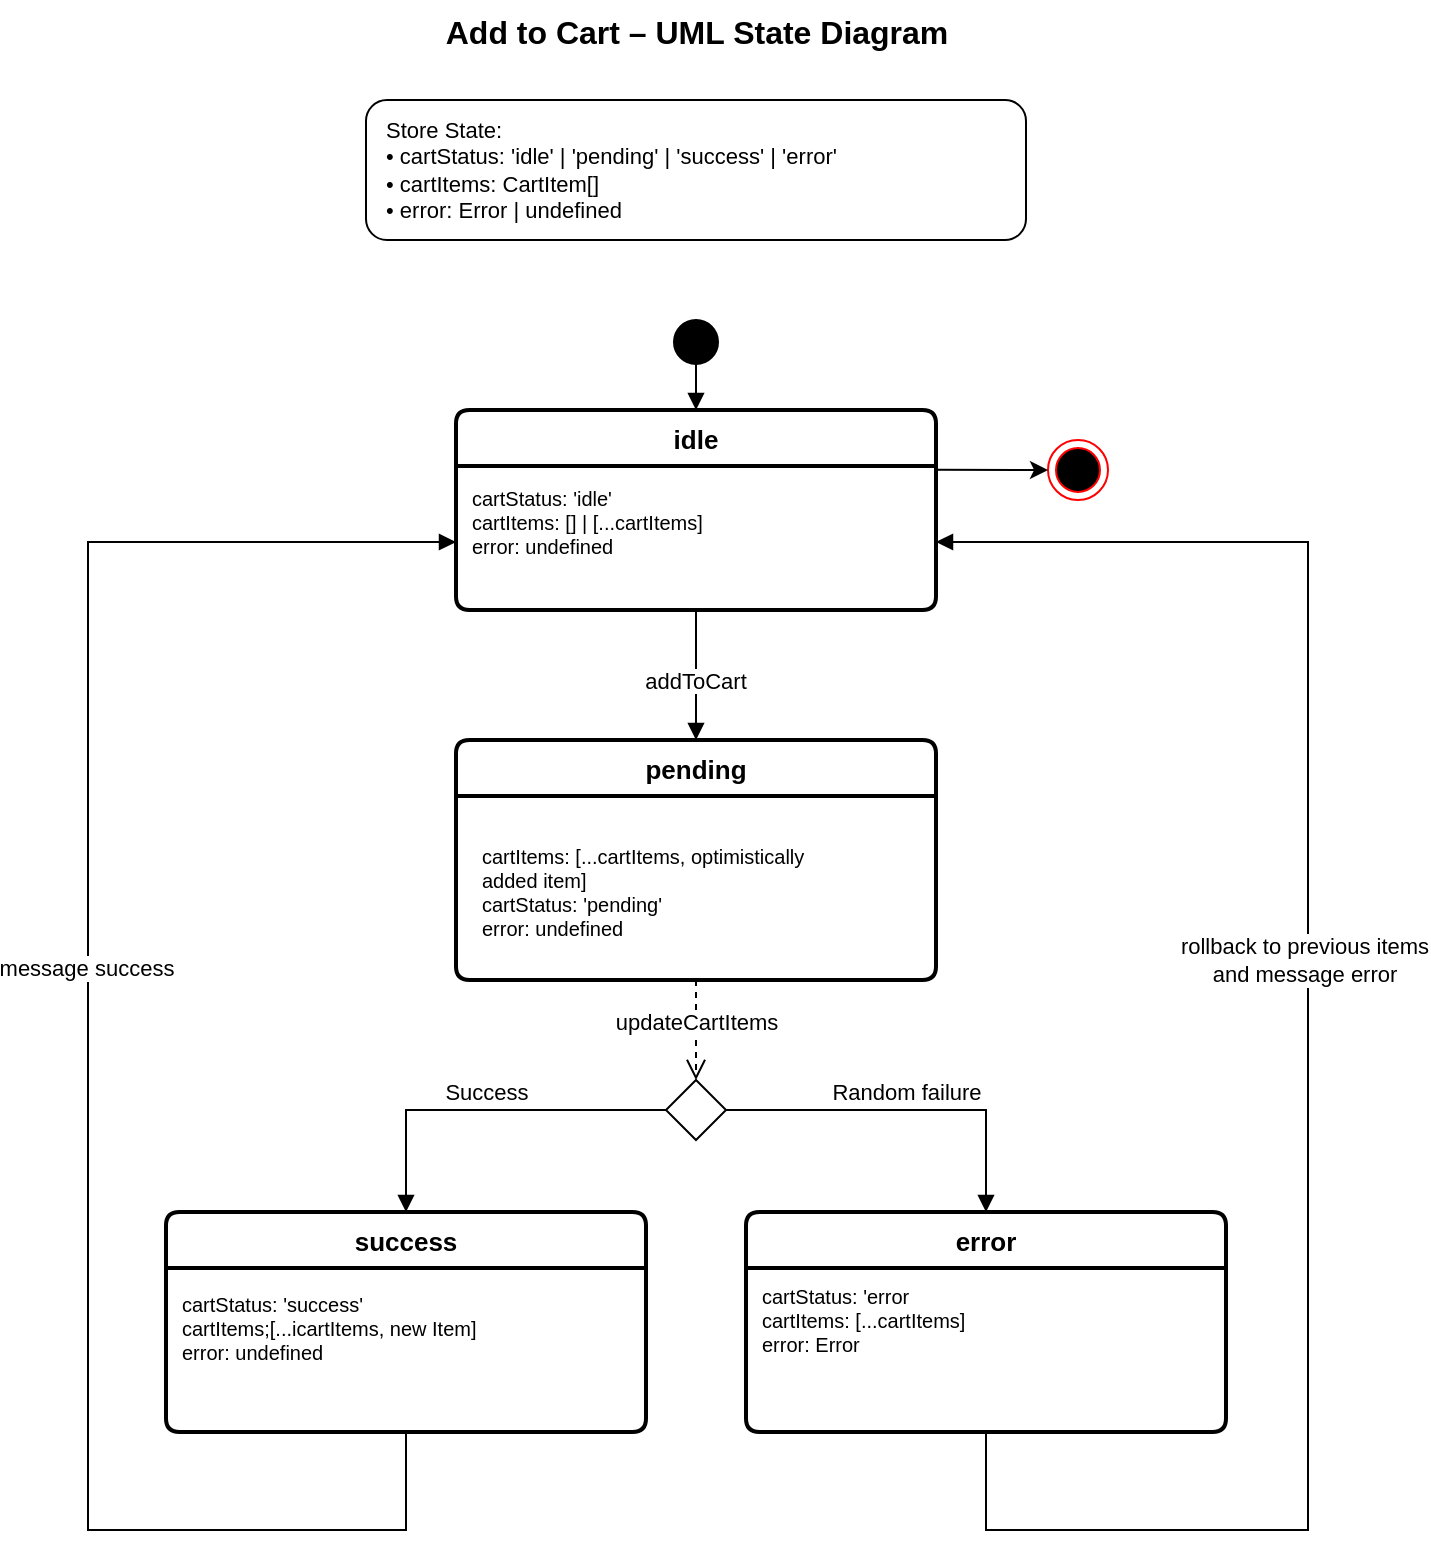
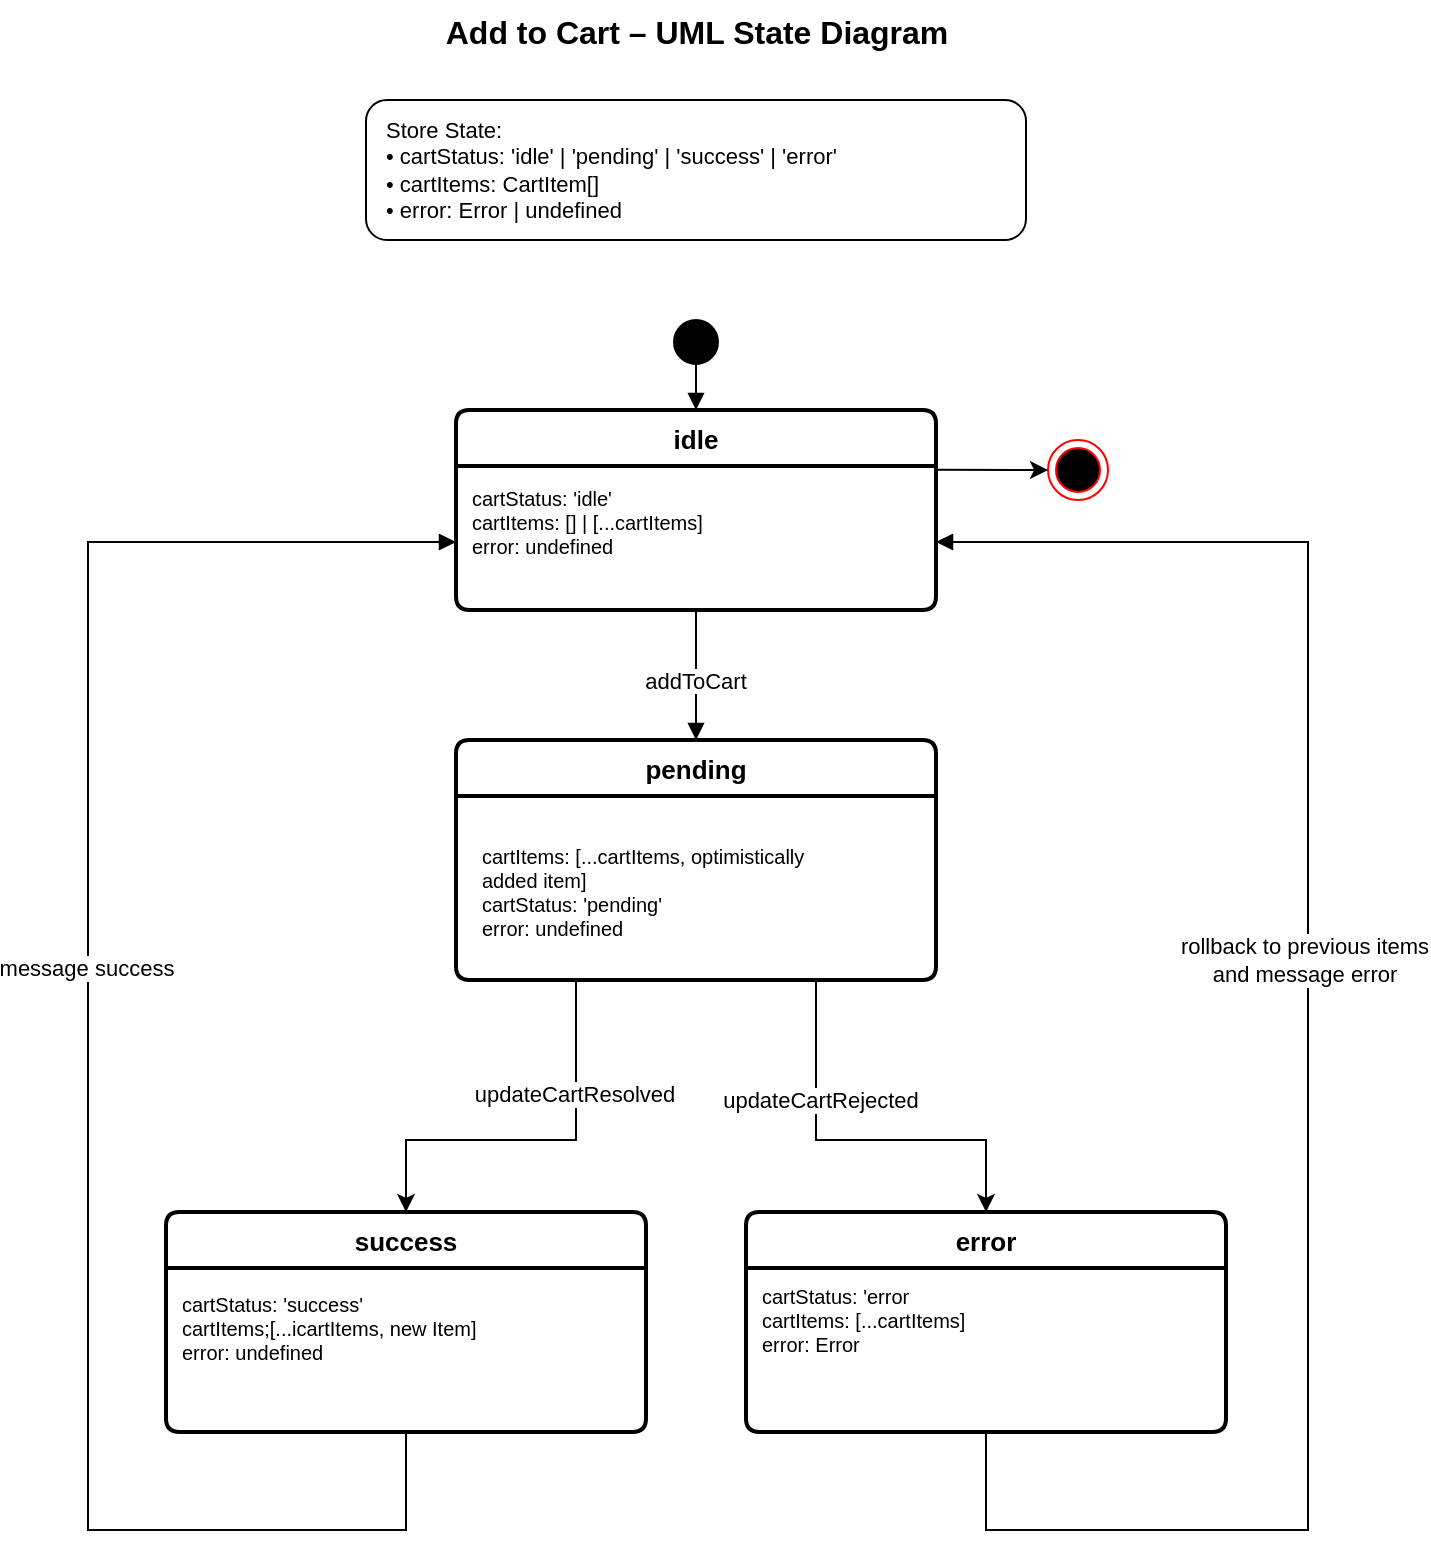
<mxfile host="app.diagrams.net">
  <diagram id="MngWNacFUTHRMVEKj6Bu" name="Page-1">
-     <mxGraphModel dx="808" dy="444" grid="1" gridSize="10" guides="1" tooltips="1" connect="1" arrows="1" fold="1" page="1" pageScale="1" pageWidth="827" pageHeight="1169" math="0" shadow="0">
+     <mxGraphModel dx="1488" dy="818" grid="1" gridSize="10" guides="1" tooltips="1" connect="1" arrows="1" fold="1" page="1" pageScale="1" pageWidth="827" pageHeight="1169" math="0" shadow="0">
      <root>
        <mxCell id="0" />
        <mxCell id="1" parent="0" />
        <mxCell id="title" parent="1" style="text;html=1;fontSize=16;fontStyle=1;align=center;" value="Add to Cart – UML State Diagram" vertex="1">
          <mxGeometry height="30" width="330" x="249" y="30" as="geometry" />
        </mxCell>
        <mxCell id="initial" parent="1" style="ellipse;aspect=fixed;fillColor=#000000;strokeColor=#000000;" value="" vertex="1">
          <mxGeometry height="22" width="22" x="403" y="190" as="geometry" />
        </mxCell>
        <mxCell id="state-idle" parent="1" style="swimlane;startSize=28;rounded=1;arcSize=8;fillColor=none;strokeColor=#000000;fontSize=13;fontStyle=1;strokeWidth=2;" value="idle" vertex="1">
          <mxGeometry height="100" width="240" x="294" y="235" as="geometry" />
        </mxCell>
        <mxCell id="state-idle-body" parent="state-idle" style="text;html=1;align=left;verticalAlign=top;spacingLeft=6;fontSize=10;strokeColor=none;fillColor=none;" value="cartStatus: &#39;idle&#39;&lt;div&gt;cartItems: [] | [...cartItems]&lt;br&gt;error: undefined&lt;/div&gt;" vertex="1">
          <mxGeometry height="68" width="240" y="32" as="geometry" />
        </mxCell>
        <mxCell id="state-loading" parent="1" style="swimlane;startSize=28;rounded=1;arcSize=8;fillColor=none;strokeColor=#000000;fontSize=13;fontStyle=1;strokeWidth=2;" value="pending" vertex="1">
          <mxGeometry height="120" width="240" x="294" y="400" as="geometry" />
        </mxCell>
        <mxCell id="7sUgZ1GU8TwjSTWwtebS-1" parent="state-loading" style="text;html=1;whiteSpace=wrap;strokeColor=none;fillColor=none;align=left;verticalAlign=middle;rounded=0;" value="&lt;div style=&quot;line-height: 100%;&quot;&gt;&lt;font style=&quot;font-size: 10px; line-height: 100%;&quot;&gt;cartItems: [...cartItems, optimistically added item]&lt;/font&gt;&lt;div&gt;&lt;font style=&quot;font-size: 10px; line-height: 100%;&quot;&gt;cartStatus: &#39;pending&#39;&lt;/font&gt;&lt;/div&gt;&lt;div&gt;&lt;font style=&quot;font-size: 10px; line-height: 100%;&quot;&gt;error: undefined&lt;/font&gt;&lt;/div&gt;&lt;/div&gt;" vertex="1">
          <mxGeometry height="50" width="190" x="11" y="50" as="geometry" />
        </mxCell>
        <mxCell id="state-success" parent="1" style="swimlane;startSize=28;rounded=1;arcSize=8;fillColor=light-dark(#ffffff, #1f2f1e);strokeColor=light-dark(#000000, #446e2c);fontSize=13;fontStyle=1;strokeWidth=2;" value="success" vertex="1">
          <mxGeometry height="110" width="240" x="149" y="636" as="geometry" />
        </mxCell>
        <mxCell id="state-success-body" parent="state-success" style="text;html=1;align=left;verticalAlign=top;spacingLeft=6;fontSize=10;strokeColor=none;fillColor=none;" value="cartStatus: &#39;success&#39;&lt;div&gt;cartItems;[...icartItems, new Item]&lt;br&gt;&lt;div&gt;error: undefined&lt;br&gt;&lt;div&gt;&lt;br&gt;&lt;/div&gt;&lt;/div&gt;&lt;/div&gt;" vertex="1">
          <mxGeometry height="68" width="210" y="34" as="geometry" />
        </mxCell>
        <mxCell id="state-error" parent="1" style="swimlane;startSize=28;rounded=1;arcSize=8;fillColor=#FFFFFF;strokeColor=#000000;fontSize=13;fontStyle=1;strokeWidth=2;" value="error" vertex="1">
          <mxGeometry height="110" width="240" x="439" y="636" as="geometry" />
        </mxCell>
        <mxCell id="state-error-body" parent="state-error" style="text;html=1;align=left;verticalAlign=top;spacingLeft=6;fontSize=10;strokeColor=none;fillColor=none;" value="&lt;div&gt;cartStatus: &#39;error&lt;/div&gt;&lt;div&gt;cartItems: [...cartItems&lt;span style=&quot;background-color: transparent; color: light-dark(rgb(0, 0, 0), rgb(255, 255, 255));&quot;&gt;]&lt;/span&gt;&lt;/div&gt;&lt;div&gt;error: Error&lt;br&gt;&lt;br&gt;&lt;br&gt;&lt;/div&gt;" vertex="1">
          <mxGeometry height="76" width="150" y="30" as="geometry" />
        </mxCell>
        <mxCell id="t-init-idle" edge="1" parent="1" source="initial" style="endArrow=block;endFill=1;entryX=0.5;entryY=0;entryDx=0;entryDy=0;" target="state-idle" value="">
          <mxGeometry relative="1" as="geometry" />
        </mxCell>
        <mxCell id="t-idle-loading" edge="1" parent="1" source="state-idle" style="endArrow=block;endFill=1;fontSize=11;align=center;" target="state-loading" value="addToCart">
          <mxGeometry relative="1" x="0.0769" as="geometry">
            <mxPoint as="offset" />
            <mxPoint x="19" y="390" as="sourcePoint" />
            <mxPoint x="19" y="420" as="targetPoint" />
          </mxGeometry>
        </mxCell>
        <mxCell id="state-ref" parent="1" style="text;html=1;strokeColor=#000000;fillColor=none;align=left;verticalAlign=middle;spacingLeft=8;rounded=1;fontSize=11;" value="&lt;span style=&quot;background-color: transparent; color: light-dark(rgb(0, 0, 0), rgb(255, 255, 255));&quot;&gt;Store State:&lt;/span&gt;&lt;div&gt;• cartStatus: &#39;idle&#39; | &#39;pending&#39; | &#39;success&#39; | &#39;error&#39;&lt;br&gt;• cartItems: CartItem[]&lt;br&gt;• error: Error | undefined&lt;/div&gt;" vertex="1">
          <mxGeometry height="70" width="330" x="249" y="80" as="geometry" />
        </mxCell>
-         <mxCell id="7sUgZ1GU8TwjSTWwtebS-2" edge="1" parent="1" source="state-loading" style="endArrow=open;startArrow=none;endFill=0;startFill=0;endSize=8;html=1;verticalAlign=bottom;dashed=1;labelBackgroundColor=none;rounded=0;exitX=0.5;exitY=1;exitDx=0;exitDy=0;entryX=0.5;entryY=0;entryDx=0;entryDy=0;" target="7sUgZ1GU8TwjSTWwtebS-3" value="&lt;span style=&quot;background-color: rgb(255, 255, 255);&quot;&gt;updateCartItems&lt;/span&gt;">
-           <mxGeometry relative="1" width="160" x="0.2" as="geometry">
-             <mxPoint as="offset" />
-             <Array as="points" />
-             <mxPoint x="-51" y="520" as="sourcePoint" />
-             <mxPoint x="-311" y="455" as="targetPoint" />
-           </mxGeometry>
-         </mxCell>
-         <mxCell id="7sUgZ1GU8TwjSTWwtebS-3" parent="1" style="rhombus;" value="" vertex="1">
-           <mxGeometry height="30" width="30" x="399" y="570" as="geometry" />
-         </mxCell>
-         <mxCell id="7sUgZ1GU8TwjSTWwtebS-9" edge="1" parent="1" source="7sUgZ1GU8TwjSTWwtebS-3" style="html=1;verticalAlign=bottom;endArrow=block;curved=0;rounded=0;exitX=0;exitY=0.5;exitDx=0;exitDy=0;entryX=0.5;entryY=0;entryDx=0;entryDy=0;" target="state-success" value="Success">
-           <mxGeometry relative="1" width="80" as="geometry">
-             <Array as="points">
-               <mxPoint x="269" y="585" />
-             </Array>
-             <mxPoint x="359" y="536" as="sourcePoint" />
-             <mxPoint x="249" y="636" as="targetPoint" />
-           </mxGeometry>
-         </mxCell>
-         <mxCell id="7sUgZ1GU8TwjSTWwtebS-10" edge="1" parent="1" source="7sUgZ1GU8TwjSTWwtebS-3" style="html=1;verticalAlign=bottom;endArrow=block;curved=0;rounded=0;exitX=1;exitY=0.5;exitDx=0;exitDy=0;entryX=0.5;entryY=0;entryDx=0;entryDy=0;" target="state-error" value="Random failure">
-           <mxGeometry relative="1" width="80" x="-0.0055" as="geometry">
-             <mxPoint as="offset" />
-             <Array as="points">
-               <mxPoint x="559" y="585" />
-             </Array>
-             <mxPoint x="359" y="536" as="sourcePoint" />
-             <mxPoint x="439" y="536" as="targetPoint" />
-           </mxGeometry>
-         </mxCell>
        <mxCell id="7sUgZ1GU8TwjSTWwtebS-15" edge="1" parent="1" source="state-error" style="html=1;verticalAlign=bottom;endArrow=block;curved=0;rounded=0;entryX=1;entryY=0.5;entryDx=0;entryDy=0;exitX=0.5;exitY=1;exitDx=0;exitDy=0;" target="state-idle-body" value="">
          <mxGeometry relative="1" width="80" as="geometry">
            <Array as="points">
              <mxPoint x="559" y="795" />
              <mxPoint x="720" y="795" />
              <mxPoint x="720" y="301" />
            </Array>
            <mxPoint x="789" y="746" as="sourcePoint" />
            <mxPoint x="529" y="826" as="targetPoint" />
          </mxGeometry>
        </mxCell>
        <mxCell id="U57JFYg020De7R85EHng-2" connectable="0" parent="7sUgZ1GU8TwjSTWwtebS-15" style="edgeLabel;html=1;align=center;verticalAlign=middle;resizable=0;points=[];" value="rollback to previous items&lt;div&gt;and message error&lt;/div&gt;" vertex="1">
          <mxGeometry relative="1" x="0.1138" y="2" as="geometry">
            <mxPoint as="offset" />
          </mxGeometry>
        </mxCell>
        <mxCell id="7sUgZ1GU8TwjSTWwtebS-18" edge="1" parent="1" source="state-success" style="html=1;verticalAlign=bottom;endArrow=block;curved=0;rounded=0;entryX=0;entryY=0.5;entryDx=0;entryDy=0;exitX=0.5;exitY=1;exitDx=0;exitDy=0;" target="state-idle-body" value=" ">
          <mxGeometry relative="1" width="80" as="geometry">
            <Array as="points">
              <mxPoint x="269" y="795" />
              <mxPoint x="110" y="795" />
              <mxPoint x="110" y="301" />
            </Array>
            <mxPoint x="248.60000000000002" y="746" as="sourcePoint" />
            <mxPoint x="248.60000000000002" y="826" as="targetPoint" />
          </mxGeometry>
        </mxCell>
        <mxCell id="U57JFYg020De7R85EHng-1" connectable="0" parent="7sUgZ1GU8TwjSTWwtebS-18" style="edgeLabel;html=1;align=center;verticalAlign=middle;resizable=0;points=[];" value="message success" vertex="1">
          <mxGeometry relative="1" x="0.1048" y="1" as="geometry">
            <mxPoint as="offset" />
          </mxGeometry>
        </mxCell>
        <mxCell id="7sUgZ1GU8TwjSTWwtebS-19" parent="1" style="ellipse;html=1;shape=endState;fillColor=#000000;strokeColor=#ff0000;" value="" vertex="1">
          <mxGeometry height="30" width="30" x="590" y="250" as="geometry" />
        </mxCell>
        <mxCell id="U57JFYg020De7R85EHng-3" edge="1" parent="1" source="state-idle-body" style="endArrow=classic;html=1;rounded=0;entryX=0;entryY=0.5;entryDx=0;entryDy=0;exitX=0.999;exitY=-0.031;exitDx=0;exitDy=0;exitPerimeter=0;" target="7sUgZ1GU8TwjSTWwtebS-19" value="">
          <mxGeometry height="50" relative="1" width="50" as="geometry">
            <mxPoint x="390" y="520" as="sourcePoint" />
            <mxPoint x="440" y="470" as="targetPoint" />
          </mxGeometry>
        </mxCell>
+         <mxCell id="-h7skZnNtcDAO2nkZJUD-1" edge="1" parent="1" source="state-loading" style="endArrow=classic;html=1;rounded=0;exitX=0.25;exitY=1;exitDx=0;exitDy=0;entryX=0.5;entryY=0;entryDx=0;entryDy=0;" target="state-success" value="">
+           <mxGeometry height="50" relative="1" width="50" as="geometry">
+             <Array as="points">
+               <mxPoint x="354" y="600" />
+               <mxPoint x="269" y="600" />
+             </Array>
+             <mxPoint x="390" y="440" as="sourcePoint" />
+             <mxPoint x="440" y="390" as="targetPoint" />
+           </mxGeometry>
+         </mxCell>
+         <mxCell id="-h7skZnNtcDAO2nkZJUD-2" connectable="0" parent="-h7skZnNtcDAO2nkZJUD-1" style="edgeLabel;html=1;align=center;verticalAlign=middle;resizable=0;points=[];" value="updateCartResolved" vertex="1">
+           <mxGeometry relative="1" x="-0.4355" y="-1" as="geometry">
+             <mxPoint as="offset" />
+           </mxGeometry>
+         </mxCell>
+         <mxCell id="-h7skZnNtcDAO2nkZJUD-3" edge="1" parent="1" source="state-loading" style="endArrow=classic;html=1;rounded=0;exitX=0.75;exitY=1;exitDx=0;exitDy=0;entryX=0.5;entryY=0;entryDx=0;entryDy=0;" target="state-error" value="">
+           <mxGeometry height="50" relative="1" width="50" as="geometry">
+             <Array as="points">
+               <mxPoint x="474" y="600" />
+               <mxPoint x="559" y="600" />
+             </Array>
+             <mxPoint x="390" y="440" as="sourcePoint" />
+             <mxPoint x="440" y="390" as="targetPoint" />
+           </mxGeometry>
+         </mxCell>
+         <mxCell id="-h7skZnNtcDAO2nkZJUD-4" connectable="0" parent="-h7skZnNtcDAO2nkZJUD-3" style="edgeLabel;html=1;align=center;verticalAlign=middle;resizable=0;points=[];" value="updateCartRejected" vertex="1">
+           <mxGeometry relative="1" x="-0.404" y="2" as="geometry">
+             <mxPoint as="offset" />
+           </mxGeometry>
+         </mxCell>
      </root>
    </mxGraphModel>
  </diagram>
</mxfile>
